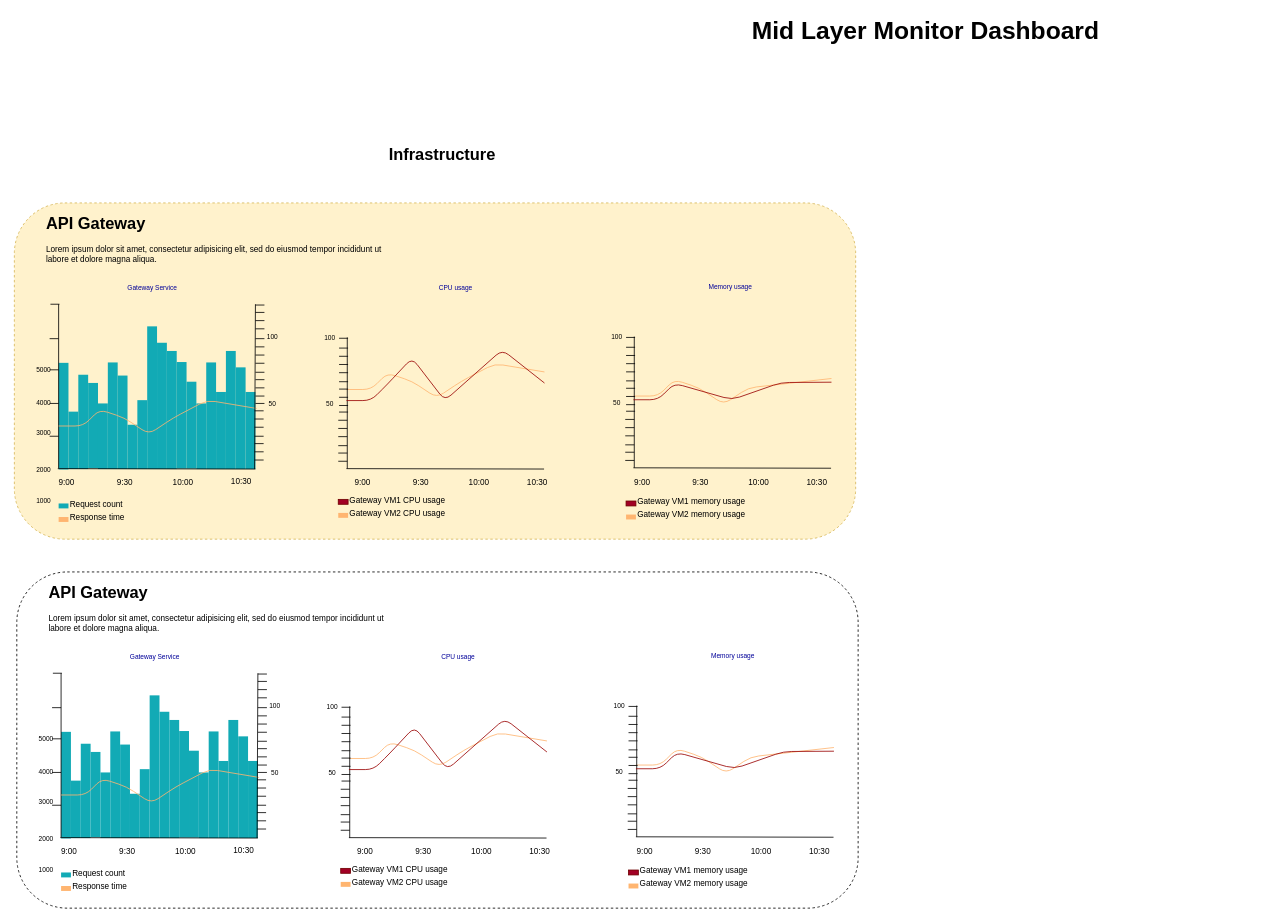
Before: Starbucks Middle Layer Monitor Dashboard.drawio in sotheair/designs, a draw.io diagram. Source tidied: cells renumbered, new cells numbered last; positions are measured from the earlier drawing's top-left corner, leaving out a move shared by most shapes. Both pictures are drawn from the tidied source at 82%, with x=0, y=0 at pixel (14, 14).
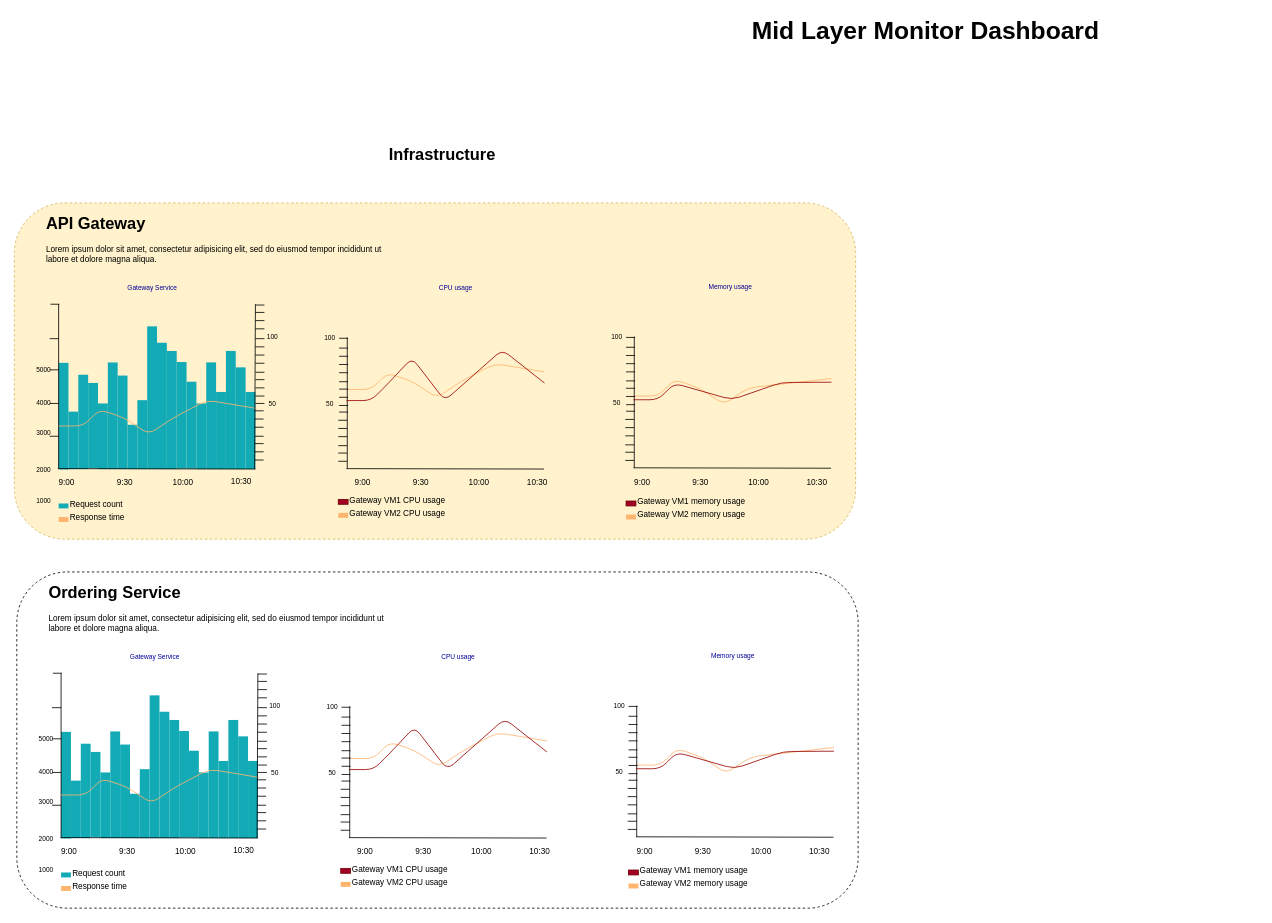
Above is the later version.

Diff of the diagram source:
```diff
@@
-    <mxCell id="252" value="&lt;h1&gt;API Gateway&lt;/h1&gt;&lt;p&gt;Lorem ipsum dolor sit amet, consectetur adipisicing elit, sed do eiusmod tempor incididunt ut labore et dolore magna aliqua.&lt;/p&gt;" style="text;html=1;strokeColor=none;fillColor=none;spacing=5;spacingTop=-20;whiteSpace=wrap;overflow=hidden;rounded=0;shadow=0;dashed=1;dashPattern=1 2;comic=0;labelBackgroundColor=none;fontSize=10;opacity=0;" parent="1" vertex="1">
+    <mxCell id="252" value="&lt;h1&gt;Ordering Service&lt;/h1&gt;&lt;p&gt;Lorem ipsum dolor sit amet, consectetur adipisicing elit, sed do eiusmod tempor incididunt ut labore et dolore magna aliqua.&lt;/p&gt;" style="text;html=1;strokeColor=none;fillColor=none;spacing=5;spacingTop=-20;whiteSpace=wrap;overflow=hidden;rounded=0;shadow=0;dashed=1;dashPattern=1 2;comic=0;labelBackgroundColor=none;fontSize=10;opacity=0;" parent="1" vertex="1">
       <mxGeometry x="37" y="690" width="432" height="80" as="geometry" />
     </mxCell>
```
